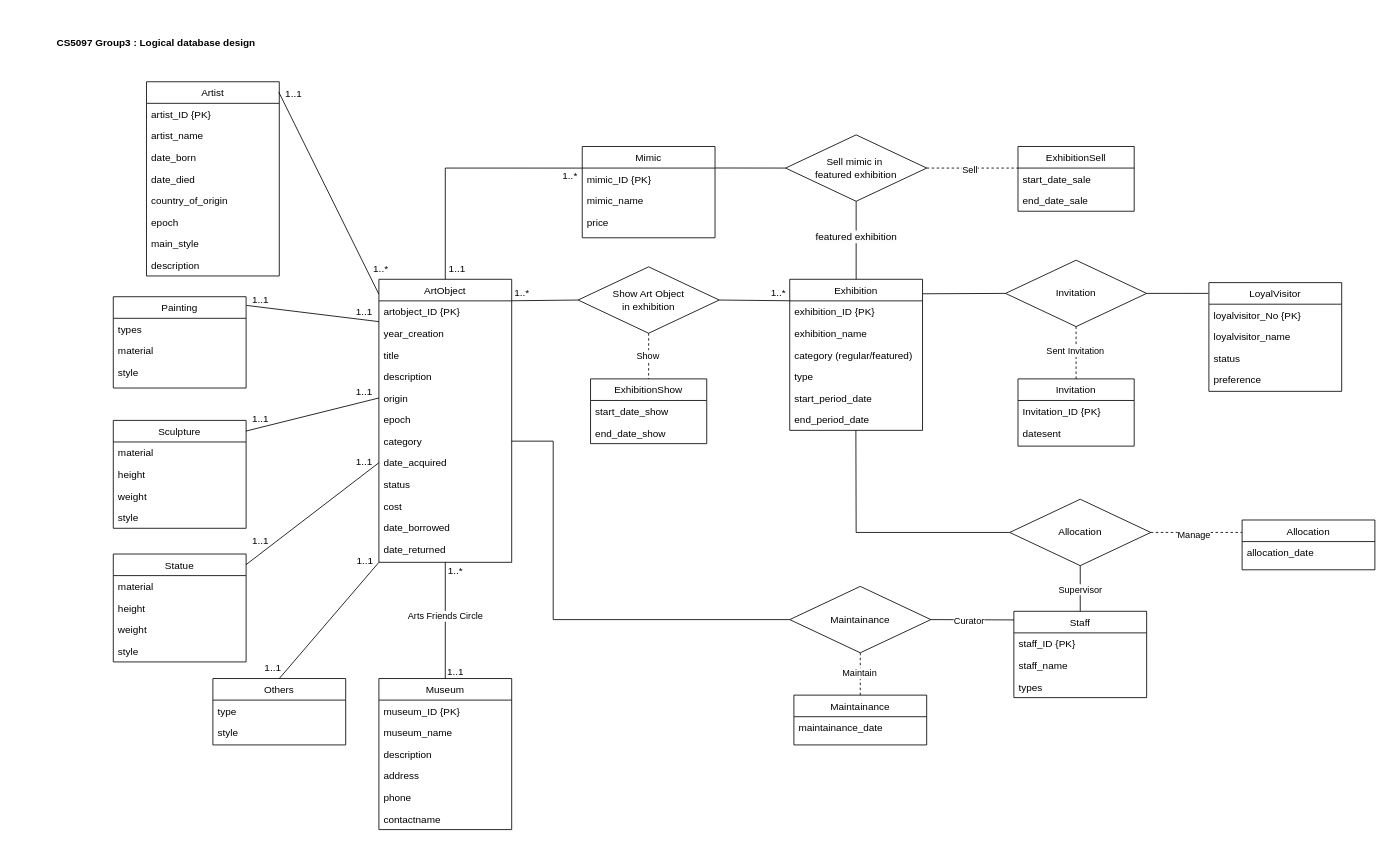
The draw.io diagram Logical-database-design.drawio in chanokchut/CS5097, before the edit. Source tidied: cells renumbered, new cells numbered last; positions are measured from the earlier drawing's top-left corner, leaving out a move shared by most shapes. Both pictures are drawn from the tidied source at 83%, with x=0, y=0 at pixel (55, 31).
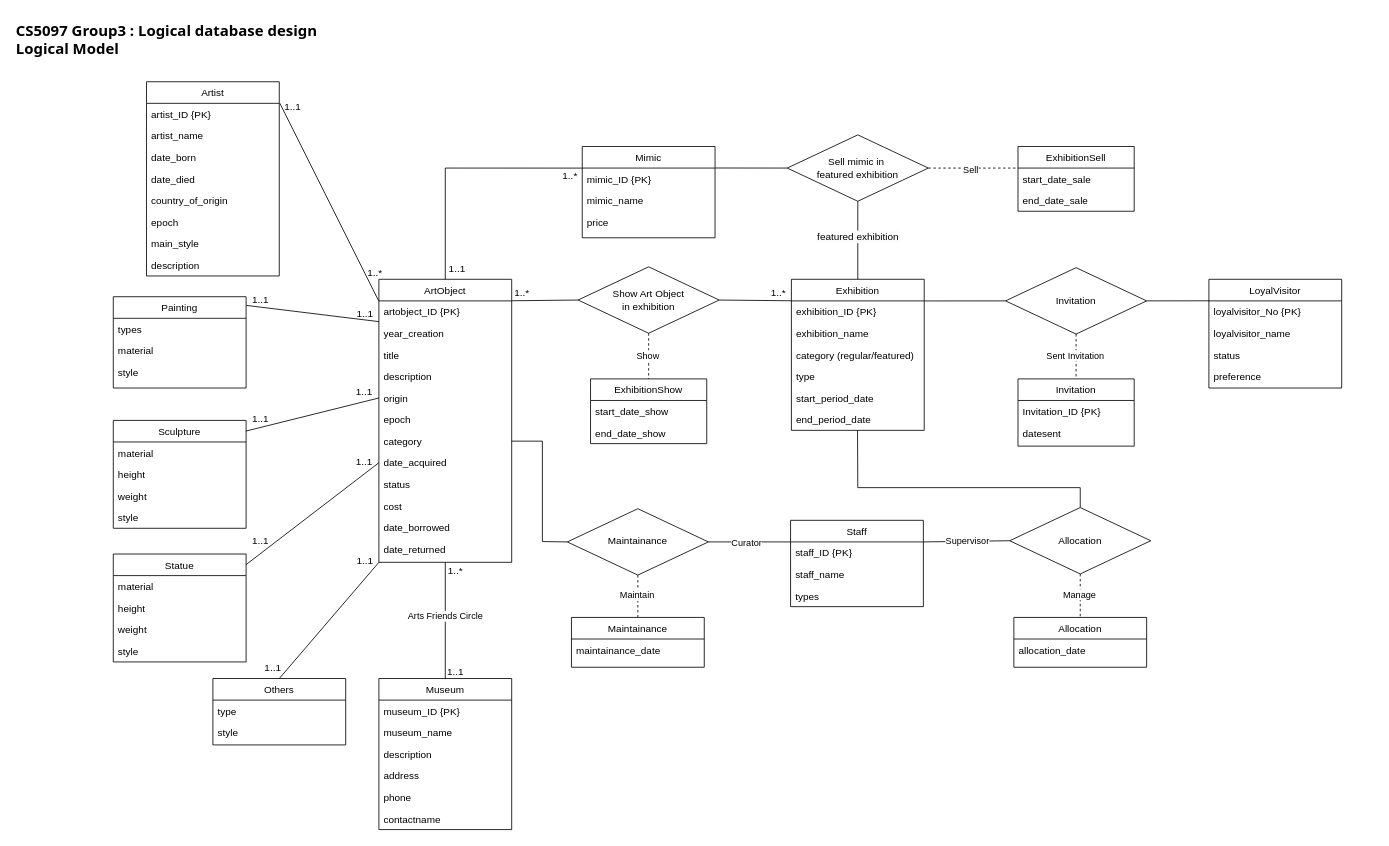
Above is the later version.

The change refers to these unchanged cells:
```xml
<mxCell id="9" value="ArtObject" style="swimlane;fontStyle=0;align=center;verticalAlign=top;horizontal=1;startSize=26;rounded=0;shadow=0;strokeWidth=1;" parent="1" vertex="1">
  <mxGeometry x="390" y="299" width="160" height="341" as="geometry" />
</mxCell>
<mxCell id="10" value="artobject_ID {PK}" style="text;align=left;verticalAlign=top;spacingLeft=4;spacingRight=4;overflow=hidden;points=[[0,0.5],[1,0.5]];portConstraint=eastwest;" parent="9" vertex="1">
  <mxGeometry y="26" width="160" height="26" as="geometry" />
</mxCell>
<mxCell id="16" value="category" style="text;align=left;verticalAlign=top;spacingLeft=4;spacingRight=4;overflow=hidden;points=[[0,0.5],[1,0.5]];portConstraint=eastwest;" parent="9" vertex="1">
  <mxGeometry y="182" width="160" height="26" as="geometry" />
</mxCell>
<mxCell id="22" value="Artist" style="swimlane;fontStyle=0;align=center;verticalAlign=top;horizontal=1;startSize=26;rounded=0;shadow=0;strokeWidth=1;" parent="1" vertex="1">
  <mxGeometry x="110" y="61" width="160" height="234" as="geometry" />
</mxCell>
<mxCell id="23" value="artist_ID {PK}" style="text;align=left;verticalAlign=top;spacingLeft=4;spacingRight=4;overflow=hidden;points=[[0,0.5],[1,0.5]];portConstraint=eastwest;" parent="22" vertex="1">
  <mxGeometry y="26" width="160" height="26" as="geometry" />
</mxCell>
<mxCell id="49" value="exhibition_ID {PK}" style="text;align=left;verticalAlign=top;spacingLeft=4;spacingRight=4;overflow=hidden;points=[[0,0.5],[1,0.5]];portConstraint=eastwest;" parent="48" vertex="1">
  <mxGeometry y="26" width="160" height="26" as="geometry" />
</mxCell>
<mxCell id="54" value="end_period_date" style="text;align=left;verticalAlign=top;spacingLeft=4;spacingRight=4;overflow=hidden;points=[[0,0.5],[1,0.5]];portConstraint=eastwest;" parent="48" vertex="1">
  <mxGeometry y="156" width="160" height="26" as="geometry" />
</mxCell>
<mxCell id="60" value="loyalvisitor_No {PK}" style="text;align=left;verticalAlign=top;spacingLeft=4;spacingRight=4;overflow=hidden;points=[[0,0.5],[1,0.5]];portConstraint=eastwest;" parent="59" vertex="1">
  <mxGeometry y="26" width="160" height="26" as="geometry" />
</mxCell>
```

What changed in the source:
```diff
@@
     <mxCell id="48" value="Exhibition" style="swimlane;fontStyle=0;align=center;verticalAlign=top;horizontal=1;startSize=26;rounded=0;shadow=0;strokeWidth=1;" parent="1" vertex="1">
-      <mxGeometry x="885" y="299" width="160" height="182" as="geometry" />
+      <mxGeometry x="887" y="299" width="160" height="182" as="geometry" />
     </mxCell>
@@
     <mxCell id="59" value="LoyalVisitor" style="swimlane;fontStyle=0;align=center;verticalAlign=top;horizontal=1;startSize=26;rounded=0;shadow=0;strokeWidth=1;" parent="1" vertex="1">
-      <mxGeometry x="1390" y="303" width="160" height="131" as="geometry" />
+      <mxGeometry x="1390" y="299" width="160" height="131" as="geometry" />
     </mxCell>
@@
     <mxCell id="64" value="Staff" style="swimlane;fontStyle=0;align=center;verticalAlign=top;horizontal=1;startSize=26;rounded=0;shadow=0;strokeWidth=1;" parent="1" vertex="1">
-      <mxGeometry x="1155" y="699" width="160" height="104" as="geometry" />
+      <mxGeometry x="886" y="589.4" width="160" height="104" as="geometry" />
     </mxCell>
@@
     <mxCell id="68" value="Maintainance" style="swimlane;fontStyle=0;align=center;verticalAlign=top;horizontal=1;startSize=26;rounded=0;shadow=0;strokeWidth=1;" parent="1" vertex="1">
-      <mxGeometry x="890" y="800" width="160" height="60" as="geometry" />
+      <mxGeometry x="622" y="706.4" width="160" height="60" as="geometry" />
     </mxCell>
@@
     <mxCell id="70" value="Allocation" style="swimlane;fontStyle=0;align=center;verticalAlign=top;horizontal=1;startSize=26;rounded=0;shadow=0;strokeWidth=1;" parent="1" vertex="1">
-      <mxGeometry x="1430" y="589" width="160" height="60" as="geometry" />
+      <mxGeometry x="1155" y="706.4" width="160" height="60" as="geometry" />
     </mxCell>
@@
-    <mxCell id="75" value="CS5097 Group3 : Logical database design" style="text;html=1;align=left;verticalAlign=middle;whiteSpace=wrap;rounded=0;fontStyle=1;" parent="1" vertex="1">
-      <mxGeometry width="270" height="30" as="geometry" />
+    <mxCell id="75" value="&lt;font face=&quot;Tahoma&quot; style=&quot;font-size: 18px;&quot;&gt;&lt;font style=&quot;&quot;&gt;CS5097 Group3 : Logical database design&lt;/font&gt;&lt;/font&gt;&lt;div&gt;&lt;font face=&quot;Tahoma&quot; style=&quot;font-size: 18px;&quot;&gt;&lt;span style=&quot;background-color: initial;&quot;&gt;Logical Model&lt;/span&gt;&lt;/font&gt;&lt;/div&gt;" style="text;html=1;align=left;verticalAlign=middle;whiteSpace=wrap;rounded=0;fontStyle=1;" parent="1" vertex="1">
+      <mxGeometry x="-49" y="-20" width="478" height="60" as="geometry" />
     </mxCell>
-    <mxCell id="76" style="endArrow=none;html=1;rounded=0;exitX=0.996;exitY=0.053;exitDx=0;exitDy=0;entryX=-0.001;entryY=0.052;entryDx=0;entryDy=0;exitPerimeter=0;entryPerimeter=0;" parent="1" edge="1" source="22" target="9">
+    <mxCell id="76" style="endArrow=none;html=1;rounded=0;exitX=1.004;exitY=-0.007;exitDx=0;exitDy=0;exitPerimeter=0;entryX=-0.002;entryY=-0.003;entryDx=0;entryDy=0;entryPerimeter=0;" parent="1" edge="1" source="23" target="10">
       <mxGeometry relative="1" as="geometry" />
     </mxCell>
     <mxCell id="77" value="1..1" style="text;html=1;align=center;verticalAlign=middle;whiteSpace=wrap;rounded=0;" parent="1" vertex="1">
-      <mxGeometry x="265" y="61" width="45" height="30" as="geometry" />
+      <mxGeometry x="264" y="76" width="45" height="30" as="geometry" />
     </mxCell>
     <mxCell id="78" value="1..*" style="text;html=1;align=center;verticalAlign=middle;whiteSpace=wrap;rounded=0;" parent="1" vertex="1">
-      <mxGeometry x="370" y="272" width="45" height="30" as="geometry" />
+      <mxGeometry x="363" y="276" width="45" height="30" as="geometry" />
     </mxCell>
@@
     <mxCell id="94" value="&lt;span style=&quot;text-wrap-mode: nowrap;&quot;&gt;Sell mimic in&amp;nbsp;&lt;br&gt;&lt;/span&gt;featured&amp;nbsp;&lt;span style=&quot;text-wrap-mode: nowrap;&quot;&gt;exhibition&lt;/span&gt;" style="rhombus;whiteSpace=wrap;html=1;" parent="1" vertex="1">
-      <mxGeometry x="880" y="125" width="170" height="80" as="geometry" />
+      <mxGeometry x="882" y="125" width="170" height="80" as="geometry" />
     </mxCell>
@@
     <mxCell id="109" value="&lt;span style=&quot;text-wrap-mode: nowrap;&quot;&gt;Maintainance&lt;/span&gt;" style="rhombus;whiteSpace=wrap;html=1;" parent="1" vertex="1">
-      <mxGeometry x="885" y="669" width="170" height="80" as="geometry" />
+      <mxGeometry x="617" y="575.4" width="170" height="80" as="geometry" />
     </mxCell>
     <mxCell id="110" style="endArrow=none;html=1;rounded=0;entryX=1;entryY=0.5;entryDx=0;entryDy=0;exitX=0;exitY=0.5;exitDx=0;exitDy=0;" parent="1" edge="1" source="109" target="16">
       <mxGeometry relative="1" as="geometry">
         <Array as="points">
-          <mxPoint x="600" y="709" />
-          <mxPoint x="600" y="494" />
+          <mxPoint x="587" y="615" />
+          <mxPoint x="587" y="494" />
         </Array>
       </mxGeometry>
     </mxCell>
     <mxCell id="111" value="&lt;span style=&quot;text-wrap-mode: nowrap;&quot;&gt;Allocation&lt;/span&gt;" style="rhombus;whiteSpace=wrap;html=1;" parent="1" vertex="1">
-      <mxGeometry x="1150" y="564" width="170" height="80" as="geometry" />
+      <mxGeometry x="1150" y="574" width="170" height="80" as="geometry" />
     </mxCell>
@@
-    <mxCell id="114" style="endArrow=none;html=1;rounded=0;entryX=1;entryY=0.5;entryDx=0;entryDy=0;exitX=0.001;exitY=0.1;exitDx=0;exitDy=0;exitPerimeter=0;" parent="1" edge="1" source="64" target="109">
+    <mxCell id="114" style="endArrow=none;html=1;rounded=0;entryX=1;entryY=0.5;entryDx=0;entryDy=0;exitX=0;exitY=0.25;exitDx=0;exitDy=0;" parent="1" edge="1" source="64" target="109">
       <mxGeometry relative="1" as="geometry" />
     </mxCell>
@@
-    <mxCell id="116" style="endArrow=none;html=1;rounded=0;exitX=0;exitY=0.5;exitDx=0;exitDy=0;entryX=0.498;entryY=0.997;entryDx=0;entryDy=0;entryPerimeter=0;" parent="1" edge="1" source="111" target="54">
+    <mxCell id="116" style="endArrow=none;html=1;rounded=0;exitX=0.5;exitY=0;exitDx=0;exitDy=0;entryX=0.498;entryY=0.997;entryDx=0;entryDy=0;entryPerimeter=0;" parent="1" edge="1" source="111" target="54">
       <mxGeometry relative="1" as="geometry">
         <Array as="points">
-          <mxPoint x="965" y="604" />
+          <mxPoint x="1235" y="550" />
+          <mxPoint x="967" y="550" />
         </Array>
       </mxGeometry>
     </mxCell>
-    <mxCell id="117" style="endArrow=none;html=1;rounded=0;exitX=0.5;exitY=0;exitDx=0;exitDy=0;entryX=0.5;entryY=1;entryDx=0;entryDy=0;" parent="1" edge="1" source="64" target="111">
+    <mxCell id="117" style="endArrow=none;html=1;rounded=0;entryX=0;entryY=0.5;entryDx=0;entryDy=0;exitX=1;exitY=0.25;exitDx=0;exitDy=0;" parent="1" edge="1" source="64" target="111">
       <mxGeometry relative="1" as="geometry" />
     </mxCell>
@@
-    <mxCell id="119" style="endArrow=none;html=1;rounded=0;entryX=0;entryY=0.25;entryDx=0;entryDy=0;exitX=1;exitY=0.5;exitDx=0;exitDy=0;dashed=1;" parent="1" edge="1" source="111" target="70">
+    <mxCell id="119" style="endArrow=none;html=1;rounded=0;entryX=0.5;entryY=0;entryDx=0;entryDy=0;exitX=0.5;exitY=1;exitDx=0;exitDy=0;dashed=1;" parent="1" edge="1" source="111" target="70">
       <mxGeometry relative="1" as="geometry" />
     </mxCell>
@@
     <mxCell id="121" value="1..1" style="text;html=1;align=center;verticalAlign=middle;whiteSpace=wrap;rounded=0;" parent="1" vertex="1">
-      <mxGeometry x="350" y="324" width="45" height="30" as="geometry" />
+      <mxGeometry x="351" y="326" width="45" height="30" as="geometry" />
     </mxCell>
@@
     <mxCell id="126" value="&lt;span style=&quot;text-wrap-mode: nowrap;&quot;&gt;Invitation&lt;/span&gt;" style="rhombus;whiteSpace=wrap;html=1;" parent="1" vertex="1">
-      <mxGeometry x="1145" y="276" width="170" height="80" as="geometry" />
+      <mxGeometry x="1145" y="285" width="170" height="80" as="geometry" />
     </mxCell>
@@
-    <mxCell id="132" style="endArrow=none;html=1;rounded=0;exitX=0;exitY=0.5;exitDx=0;exitDy=0;entryX=1.002;entryY=0.096;entryDx=0;entryDy=0;entryPerimeter=0;" parent="1" edge="1" source="126" target="48">
+    <mxCell id="132" style="endArrow=none;html=1;rounded=0;exitX=0;exitY=0.5;exitDx=0;exitDy=0;entryX=1;entryY=0.003;entryDx=0;entryDy=0;entryPerimeter=0;" parent="1" edge="1" source="126" target="49">
       <mxGeometry relative="1" as="geometry" />
     </mxCell>
-    <mxCell id="133" style="endArrow=none;html=1;rounded=0;entryX=1;entryY=0.5;entryDx=0;entryDy=0;exitX=-0.004;exitY=0.099;exitDx=0;exitDy=0;exitPerimeter=0;" parent="1" edge="1" source="59" target="126">
+    <mxCell id="133" style="endArrow=none;html=1;rounded=0;entryX=1;entryY=0.5;entryDx=0;entryDy=0;exitX=0.001;exitY=-0.003;exitDx=0;exitDy=0;exitPerimeter=0;" parent="1" edge="1" source="60" target="126">
       <mxGeometry relative="1" as="geometry" />
     </mxCell>
```
